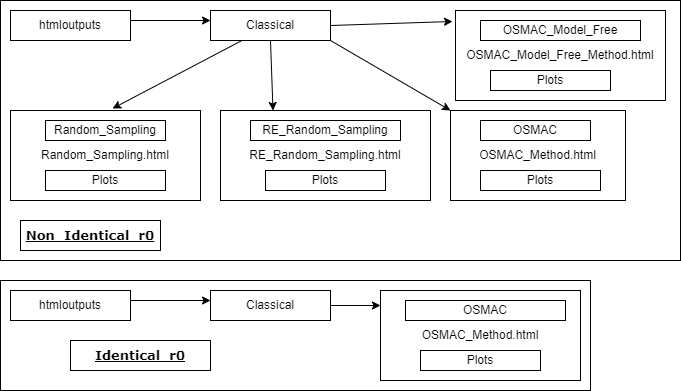
This is Images/htmloutputs.png from Amalan-ConStat/RM_AM_MF_LR_RWS_NYC_Taxi_Fare_2013_Full, a draw.io export, as it was before one commit. Source tidied: cells renumbered, new cells last; positions are measured from the earlier drawing's top-left corner, leaving out a move shared by most shapes.
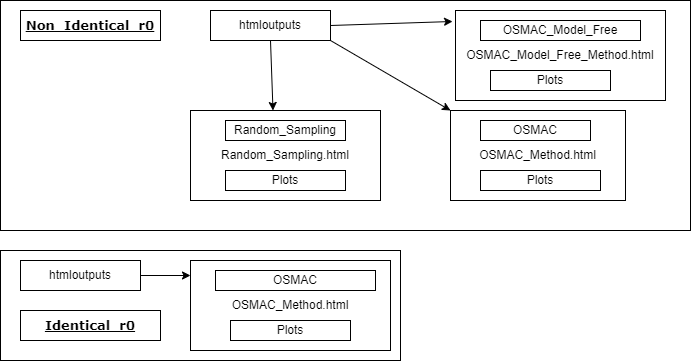
Above is the later version.

Change to the diagram source:
```diff
@@ -3,56 +3,40 @@
     <mxCell id="0" />
     <mxCell id="1" parent="0" />
     <mxCell id="2" style="rounded=0;whiteSpace=wrap;html=1;fontFamily=Verdana;fontSize=13;fontColor=#000000;" parent="1" vertex="1">
-      <mxGeometry y="280" width="590" height="110" as="geometry" />
+      <mxGeometry y="250" width="400" height="110" as="geometry" />
     </mxCell>
     <mxCell id="3" style="rounded=0;whiteSpace=wrap;html=1;fontFamily=Verdana;fontSize=13;fontColor=#000000;" parent="1" vertex="1">
-      <mxGeometry width="680" height="260" as="geometry" />
+      <mxGeometry width="690" height="230" as="geometry" />
     </mxCell>
     <mxCell id="4" value="OSMAC_Method.html" style="rounded=0;whiteSpace=wrap;html=1;" parent="1" vertex="1">
       <mxGeometry x="450" y="110" width="175" height="90" as="geometry" />
     </mxCell>
-    <mxCell id="5" value="&lt;span style=&quot;white-space: normal&quot;&gt;RE_Random_Sampling.html&lt;/span&gt;" style="rounded=0;whiteSpace=wrap;html=1;" parent="1" vertex="1">
-      <mxGeometry x="220" y="110" width="210" height="90" as="geometry" />
-    </mxCell>
     <mxCell id="6" value="Random_Sampling.html&lt;br&gt;" style="rounded=0;whiteSpace=wrap;html=1;" parent="1" vertex="1">
-      <mxGeometry x="10" y="110" width="190" height="90" as="geometry" />
+      <mxGeometry x="190" y="110" width="190" height="90" as="geometry" />
     </mxCell>
     <mxCell id="7" value="htmloutputs" style="rounded=0;whiteSpace=wrap;html=1;" parent="1" vertex="1">
-      <mxGeometry x="10" y="10" width="120" height="30" as="geometry" />
+      <mxGeometry x="210" y="10" width="120" height="30" as="geometry" />
     </mxCell>
-    <mxCell id="8" value="Classical" style="rounded=0;whiteSpace=wrap;html=1;" parent="1" vertex="1">
-      <mxGeometry x="210" y="10" width="120" height="30" as="geometry" />
-    </mxCell>
     <mxCell id="9" value="Random_Sampling" style="rounded=0;whiteSpace=wrap;html=1;" parent="1" vertex="1">
-      <mxGeometry x="45" y="120" width="120" height="20" as="geometry" />
+      <mxGeometry x="225" y="120" width="120" height="20" as="geometry" />
     </mxCell>
-    <mxCell id="10" value="RE_Random_Sampling" style="rounded=0;whiteSpace=wrap;html=1;" parent="1" vertex="1">
-      <mxGeometry x="250" y="120" width="150" height="20" as="geometry" />
-    </mxCell>
     <mxCell id="11" value="OSMAC" style="rounded=0;whiteSpace=wrap;html=1;" parent="1" vertex="1">
       <mxGeometry x="480" y="120" width="110" height="20" as="geometry" />
     </mxCell>
-    <mxCell id="12" style="endArrow=classic;html=1;" parent="1" edge="1">
-      <mxGeometry relative="1" as="geometry">
-        <mxPoint x="130" y="20" as="sourcePoint" />
-        <mxPoint x="210" y="20" as="targetPoint" />
-      </mxGeometry>
-    </mxCell>
-    <mxCell id="13" style="endArrow=classic;html=1;entryX=0.537;entryY=-0.022;entryDx=0;entryDy=0;entryPerimeter=0;" parent="1" edge="1" source="8" target="6">
-      <mxGeometry relative="1" as="geometry" />
-    </mxCell>
-    <mxCell id="14" style="endArrow=classic;html=1;exitX=0.5;exitY=1;exitDx=0;exitDy=0;entryX=0.25;entryY=0;entryDx=0;entryDy=0;" parent="1" edge="1" source="8" target="5">
-      <mxGeometry relative="1" as="geometry" />
+    <mxCell id="14" style="endArrow=classic;html=1;exitX=0.5;exitY=1;exitDx=0;exitDy=0;entryX=0.25;entryY=0;entryDx=0;entryDy=0;" parent="1" edge="1">
+      <mxGeometry relative="1" as="geometry">
+        <mxPoint x="270" y="40" as="sourcePoint" />
+        <mxPoint x="272.5" y="110" as="targetPoint" />
+      </mxGeometry>
     </mxCell>
-    <mxCell id="15" style="endArrow=classic;html=1;exitX=1;exitY=1;exitDx=0;exitDy=0;entryX=0;entryY=0;entryDx=0;entryDy=0;" parent="1" edge="1" source="8" target="4">
-      <mxGeometry relative="1" as="geometry" />
+    <mxCell id="15" style="endArrow=classic;html=1;exitX=1;exitY=1;exitDx=0;exitDy=0;entryX=0;entryY=0;entryDx=0;entryDy=0;" parent="1" edge="1" target="4">
+      <mxGeometry relative="1" as="geometry">
+        <mxPoint x="330" y="40" as="sourcePoint" />
+      </mxGeometry>
     </mxCell>
     <mxCell id="16" value="Plots" style="rounded=0;whiteSpace=wrap;html=1;" parent="1" vertex="1">
-      <mxGeometry x="45" y="170" width="120" height="20" as="geometry" />
+      <mxGeometry x="225" y="170" width="120" height="20" as="geometry" />
     </mxCell>
-    <mxCell id="17" value="Plots" style="rounded=0;whiteSpace=wrap;html=1;" parent="1" vertex="1">
-      <mxGeometry x="265" y="170" width="120" height="20" as="geometry" />
-    </mxCell>
     <mxCell id="18" value="Plots" style="rounded=0;whiteSpace=wrap;html=1;" parent="1" vertex="1">
       <mxGeometry x="480" y="170" width="120" height="20" as="geometry" />
     </mxCell>
@@ -65,40 +49,34 @@
     <mxCell id="21" value="Plots" style="rounded=0;whiteSpace=wrap;html=1;" parent="1" vertex="1">
       <mxGeometry x="490" y="70" width="120" height="20" as="geometry" />
     </mxCell>
-    <mxCell id="22" style="endArrow=classic;html=1;exitX=1;exitY=0.5;exitDx=0;exitDy=0;entryX=-0.014;entryY=0.122;entryDx=0;entryDy=0;entryPerimeter=0;" parent="1" edge="1" source="8" target="19">
-      <mxGeometry relative="1" as="geometry" />
+    <mxCell id="22" style="endArrow=classic;html=1;exitX=1;exitY=0.5;exitDx=0;exitDy=0;entryX=-0.014;entryY=0.122;entryDx=0;entryDy=0;entryPerimeter=0;" parent="1" edge="1" target="19">
+      <mxGeometry relative="1" as="geometry">
+        <mxPoint x="330" y="25" as="sourcePoint" />
+      </mxGeometry>
     </mxCell>
     <mxCell id="23" value="&lt;font color=&quot;#000000&quot;&gt;&lt;b&gt;&lt;u&gt;Non_Identical_r0&lt;/u&gt;&lt;/b&gt;&lt;/font&gt;" style="rounded=0;whiteSpace=wrap;html=1;fontFamily=Verdana;fontSize=13;fontColor=#CC00CC;" parent="1" vertex="1">
-      <mxGeometry x="20" y="220" width="140" height="30" as="geometry" />
+      <mxGeometry x="20" y="10" width="140" height="30" as="geometry" />
     </mxCell>
     <mxCell id="24" value="htmloutputs" style="rounded=0;whiteSpace=wrap;html=1;" parent="1" vertex="1">
-      <mxGeometry x="10" y="290" width="120" height="30" as="geometry" />
+      <mxGeometry x="20" y="260" width="120" height="30" as="geometry" />
     </mxCell>
-    <mxCell id="25" value="Classical" style="rounded=0;whiteSpace=wrap;html=1;" parent="1" vertex="1">
-      <mxGeometry x="210" y="290" width="120" height="30" as="geometry" />
-    </mxCell>
-    <mxCell id="26" style="endArrow=classic;html=1;" parent="1" edge="1">
-      <mxGeometry relative="1" as="geometry">
-        <mxPoint x="130" y="300" as="sourcePoint" />
-        <mxPoint x="210" y="300" as="targetPoint" />
-      </mxGeometry>
-    </mxCell>
     <mxCell id="27" value="OSMAC_Method.html" style="rounded=0;whiteSpace=wrap;html=1;" parent="1" vertex="1">
-      <mxGeometry x="380" y="290" width="200" height="90" as="geometry" />
+      <mxGeometry x="190" y="260" width="200" height="90" as="geometry" />
     </mxCell>
     <mxCell id="28" value="OSMAC" style="rounded=0;whiteSpace=wrap;html=1;" parent="1" vertex="1">
-      <mxGeometry x="405" y="300" width="160" height="20" as="geometry" />
+      <mxGeometry x="215" y="270" width="160" height="20" as="geometry" />
     </mxCell>
     <mxCell id="29" value="Plots" style="rounded=0;whiteSpace=wrap;html=1;" parent="1" vertex="1">
-      <mxGeometry x="420" y="350" width="120" height="20" as="geometry" />
+      <mxGeometry x="230" y="320" width="120" height="20" as="geometry" />
     </mxCell>
-    <mxCell id="30" style="endArrow=classic;html=1;exitX=1;exitY=0.5;exitDx=0;exitDy=0;" parent="1" edge="1" source="25">
+    <mxCell id="30" style="endArrow=classic;html=1;exitX=1;exitY=0.5;exitDx=0;exitDy=0;" parent="1" edge="1">
       <mxGeometry relative="1" as="geometry">
-        <mxPoint x="380" y="305" as="targetPoint" />
+        <mxPoint x="140" y="275" as="sourcePoint" />
+        <mxPoint x="190" y="275" as="targetPoint" />
       </mxGeometry>
     </mxCell>
     <mxCell id="31" value="&lt;font color=&quot;#000000&quot;&gt;&lt;b&gt;&lt;u&gt;Identical_r0&lt;/u&gt;&lt;/b&gt;&lt;/font&gt;" style="rounded=0;whiteSpace=wrap;html=1;fontFamily=Verdana;fontSize=13;fontColor=#CC00CC;" parent="1" vertex="1">
-      <mxGeometry x="70" y="340" width="140" height="30" as="geometry" />
+      <mxGeometry x="20" y="310" width="140" height="30" as="geometry" />
     </mxCell>
   </root>
 </mxGraphModel>
```
